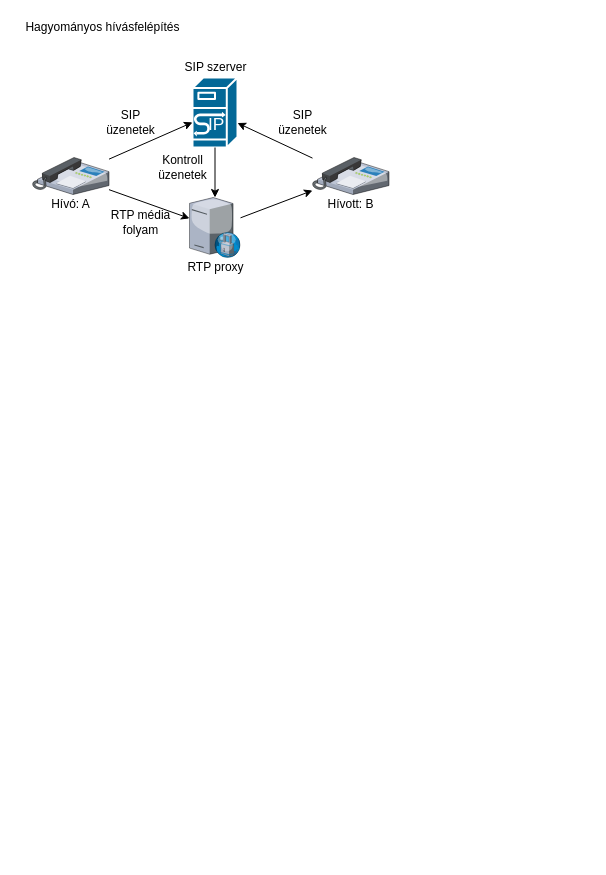
Above: page "intro" (1 of 5) of figures/figures.drawio in VidarHUN/thesis (draw.io), before the change. Source tidied: cells renumbered, new cells numbered last; positions are measured from the earlier drawing's top-left corner, leaving out a move shared by most shapes. Both pictures are drawn from the tidied source at 100%, with x=0, y=0 at pixel (17, 17).
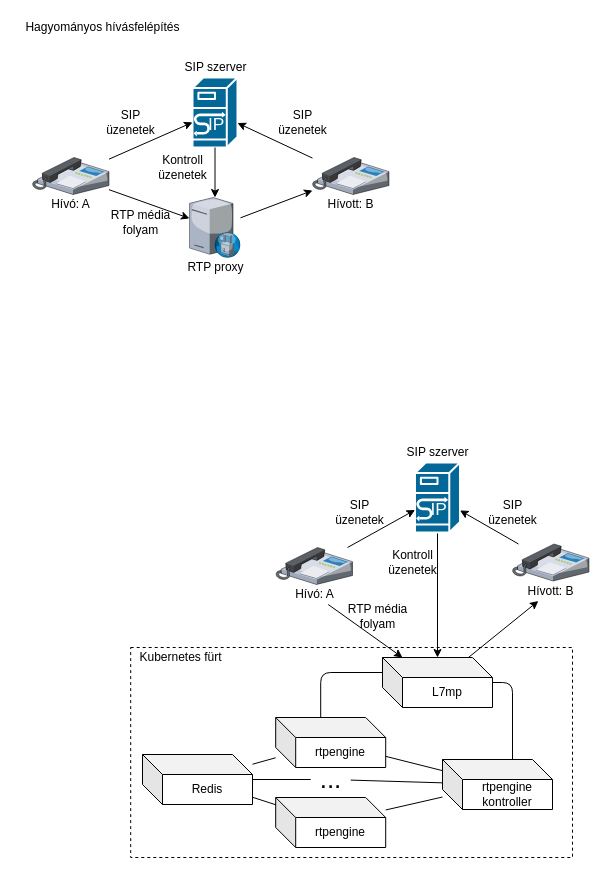
The same page after the edit.

Change to the diagram source:
```diff
@@
+    <mxCell id="25" value="rtpengine" style="shape=cube;whiteSpace=wrap;html=1;boundedLbl=1;backgroundOutline=1;darkOpacity=0.05;darkOpacity2=0.1;" parent="1" vertex="1">
+      <mxGeometry x="258.2" y="780" width="110" height="50" as="geometry" />
+    </mxCell>
@@
+    <mxCell id="26" style="rounded=0;whiteSpace=wrap;html=1;fillColor=none;dashed=1;" parent="1" vertex="1">
+      <mxGeometry x="113.2" y="630" width="441.8" height="210" as="geometry" />
+    </mxCell>
+    <mxCell id="27" value="L7mp" style="shape=cube;whiteSpace=wrap;html=1;boundedLbl=1;backgroundOutline=1;darkOpacity=0.05;darkOpacity2=0.1;" parent="1" vertex="1">
+      <mxGeometry x="365" y="640" width="110" height="50" as="geometry" />
+    </mxCell>
+    <mxCell id="28" value="rtpengine" style="shape=cube;whiteSpace=wrap;html=1;boundedLbl=1;backgroundOutline=1;darkOpacity=0.05;darkOpacity2=0.1;" parent="1" vertex="1">
+      <mxGeometry x="258.2" y="700" width="110" height="50" as="geometry" />
+    </mxCell>
+    <mxCell id="29" value="..." style="text;html=1;align=center;verticalAlign=middle;points=[];fontSize=26;" parent="1" vertex="1">
+      <mxGeometry x="293.2" y="742" width="40" height="40" as="geometry" />
+    </mxCell>
+    <mxCell id="30" value="rtpengine kontroller" style="shape=cube;whiteSpace=wrap;html=1;boundedLbl=1;backgroundOutline=1;darkOpacity=0.05;darkOpacity2=0.1;" parent="1" vertex="1">
+      <mxGeometry x="425" y="742" width="110" height="50" as="geometry" />
+    </mxCell>
+    <mxCell id="31" style="endArrow=none;html=1;fontSize=26;edgeStyle=orthogonalEdgeStyle;" parent="1" edge="1" source="30" target="27">
+      <mxGeometry relative="1" as="geometry">
+        <Array as="points">
+          <mxPoint x="495" y="665" />
+        </Array>
+      </mxGeometry>
+    </mxCell>
+    <mxCell id="32" style="endArrow=none;html=1;fontSize=26;entryX=0;entryY=0;entryDx=0;entryDy=15;entryPerimeter=0;exitX=0;exitY=0;exitDx=45;exitDy=0;exitPerimeter=0;edgeStyle=orthogonalEdgeStyle;" parent="1" edge="1" source="28" target="27">
+      <mxGeometry relative="1" as="geometry" />
+    </mxCell>
+    <mxCell id="33" style="endArrow=none;html=1;fontSize=26;" parent="1" edge="1" source="30" target="28">
+      <mxGeometry relative="1" as="geometry" />
+    </mxCell>
+    <mxCell id="34" style="endArrow=none;html=1;fontSize=26;" parent="1" edge="1" source="30" target="29">
+      <mxGeometry relative="1" as="geometry" />
+    </mxCell>
+    <mxCell id="35" style="endArrow=none;html=1;fontSize=26;" parent="1" edge="1" source="25" target="30">
+      <mxGeometry relative="1" as="geometry" />
+    </mxCell>
+    <mxCell id="36" value="Redis" style="shape=cube;whiteSpace=wrap;html=1;boundedLbl=1;backgroundOutline=1;darkOpacity=0.05;darkOpacity2=0.1;" parent="1" vertex="1">
+      <mxGeometry x="125" y="737" width="110" height="50" as="geometry" />
+    </mxCell>
+    <mxCell id="37" style="endArrow=none;html=1;fontSize=26;" parent="1" edge="1" source="36" target="28">
+      <mxGeometry relative="1" as="geometry" />
+    </mxCell>
+    <mxCell id="38" style="endArrow=none;html=1;fontSize=26;" parent="1" edge="1" source="36" target="29">
+      <mxGeometry relative="1" as="geometry" />
+    </mxCell>
+    <mxCell id="39" style="endArrow=none;html=1;fontSize=26;" parent="1" edge="1" source="36" target="25">
+      <mxGeometry relative="1" as="geometry" />
+    </mxCell>
+    <mxCell id="40" value="Kubernetes fürt" style="text;html=1;align=center;verticalAlign=middle;fontSize=12;" parent="1" vertex="1">
+      <mxGeometry x="113.2" y="630" width="100" height="20" as="geometry" />
+    </mxCell>
+    <mxCell id="41" style="edgeStyle=none;rounded=0;jettySize=auto;html=1;startArrow=none;startFill=0;" parent="1" edge="1" source="48" target="27">
+      <mxGeometry relative="1" as="geometry" />
+    </mxCell>
+    <mxCell id="42" style="edgeStyle=none;rounded=0;jettySize=auto;html=1;startArrow=classic;startFill=1;endArrow=none;endFill=0;" parent="1" edge="1" source="51" target="27">
+      <mxGeometry relative="1" as="geometry" />
+    </mxCell>
+    <mxCell id="43" style="edgeStyle=none;rounded=0;jettySize=auto;html=1;" parent="1" edge="1" source="53" target="27">
+      <mxGeometry relative="1" as="geometry" />
+    </mxCell>
+    <mxCell id="44" value="SIP &lt;br&gt;üzenetek" style="text;html=1;align=center;verticalAlign=middle;" parent="1" vertex="1">
+      <mxGeometry x="465" y="480" width="60" height="30" as="geometry" />
+    </mxCell>
+    <mxCell id="45" value="SIP&lt;br&gt;üzenetek" style="text;html=1;align=center;verticalAlign=middle;" parent="1" vertex="1">
+      <mxGeometry x="311.5" y="480" width="60" height="30" as="geometry" />
+    </mxCell>
+    <mxCell id="46" style="group;" parent="1" vertex="1">
+      <mxGeometry x="258.5" y="530" width="76.5" height="57" as="geometry" />
+    </mxCell>
+    <mxCell id="47" style="verticalLabelPosition=bottom;html=1;verticalAlign=top;strokeColor=none;align=center;outlineConnect=0;shape=mxgraph.citrix.ip_phone;" parent="46" vertex="1">
+      <mxGeometry width="76.5" height="37" as="geometry" />
+    </mxCell>
+    <mxCell id="48" value="Hívó: A" style="text;html=1;align=center;verticalAlign=middle;points=[];" parent="46" vertex="1">
+      <mxGeometry x="13.2" y="37" width="50" height="20" as="geometry" />
+    </mxCell>
+    <mxCell id="49" style="group;" parent="1" vertex="1">
+      <mxGeometry x="495" y="526.5" width="76.5" height="57" as="geometry" />
+    </mxCell>
+    <mxCell id="50" style="verticalLabelPosition=bottom;html=1;verticalAlign=top;strokeColor=none;align=center;outlineConnect=0;shape=mxgraph.citrix.ip_phone;" parent="49" vertex="1">
+      <mxGeometry width="76.5" height="37" as="geometry" />
+    </mxCell>
+    <mxCell id="51" value="Hívott: B" style="text;html=1;align=center;verticalAlign=middle;points=[];" parent="49" vertex="1">
+      <mxGeometry x="8.2" y="37" width="60" height="20" as="geometry" />
+    </mxCell>
+    <mxCell id="52" style="group;" parent="1" vertex="1">
+      <mxGeometry x="380" y="425" width="80" height="90" as="geometry" />
+    </mxCell>
+    <mxCell id="53" style="shape=mxgraph.cisco.servers.sip_proxy_server;html=1;dashed=0;fillColor=#036897;strokeColor=#ffffff;strokeWidth=2;verticalLabelPosition=bottom;verticalAlign=top;align=center;outlineConnect=0;" parent="52" vertex="1">
+      <mxGeometry x="17.5" y="20" width="45" height="70" as="geometry" />
+    </mxCell>
+    <mxCell id="54" value="SIP szerver" style="text;html=1;align=center;verticalAlign=middle;" parent="52" vertex="1">
+      <mxGeometry width="80" height="20" as="geometry" />
+    </mxCell>
+    <mxCell id="55" style="rounded=0;jettySize=auto;html=1;" parent="1" edge="1" source="47" target="53">
+      <mxGeometry x="240" y="410" as="geometry" />
+    </mxCell>
+    <mxCell id="56" style="edgeStyle=none;rounded=0;jettySize=auto;html=1;" parent="1" edge="1" source="50" target="53">
+      <mxGeometry x="240" y="410" as="geometry" />
+    </mxCell>
+    <mxCell id="57" value="RTP média &lt;br&gt;folyam" style="text;html=1;align=center;verticalAlign=middle;" parent="1" vertex="1">
+      <mxGeometry x="320" y="583.5" width="80" height="30" as="geometry" />
+    </mxCell>
+    <mxCell id="58" value="Kontroll&lt;br&gt;üzenetek" style="text;html=1;align=center;verticalAlign=middle;" parent="1" vertex="1">
+      <mxGeometry x="365" y="530" width="60" height="30" as="geometry" />
+    </mxCell>
```
